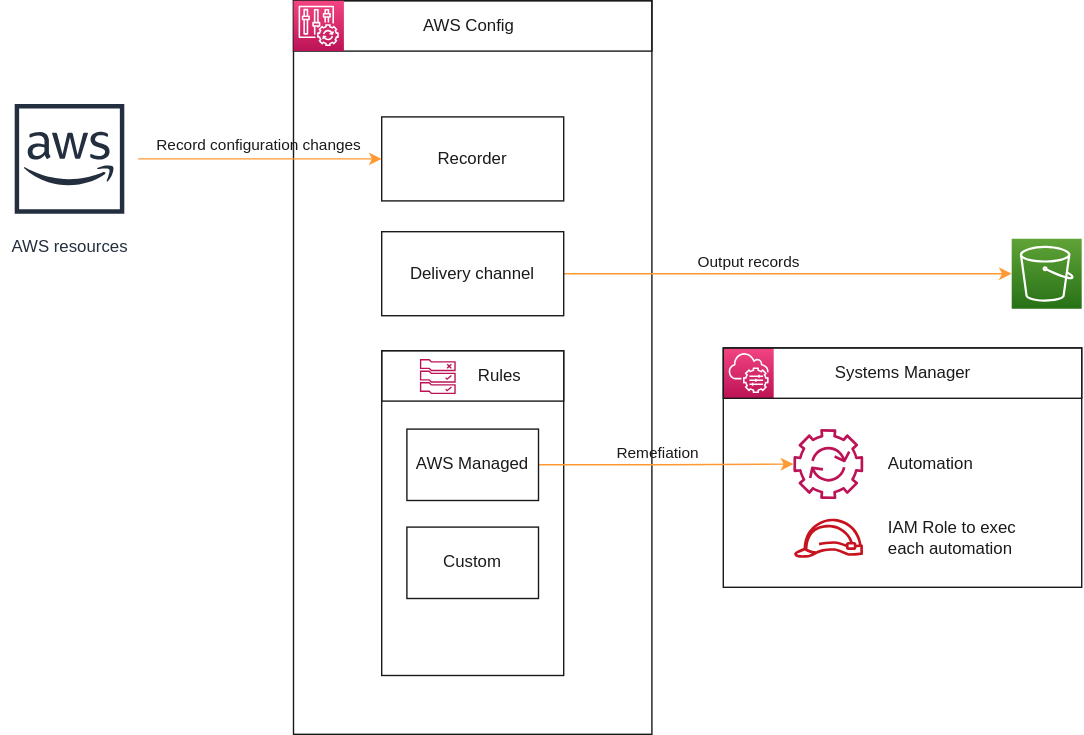
Donngi/terraform-example-aws-config keeps this draw.io diagram as doc/architecture.drawio.svg. Above is the earlier version. Source tidied: cells renumbered, new cells last; positions are measured from the earlier drawing's top-left corner, leaving out a move shared by most shapes.
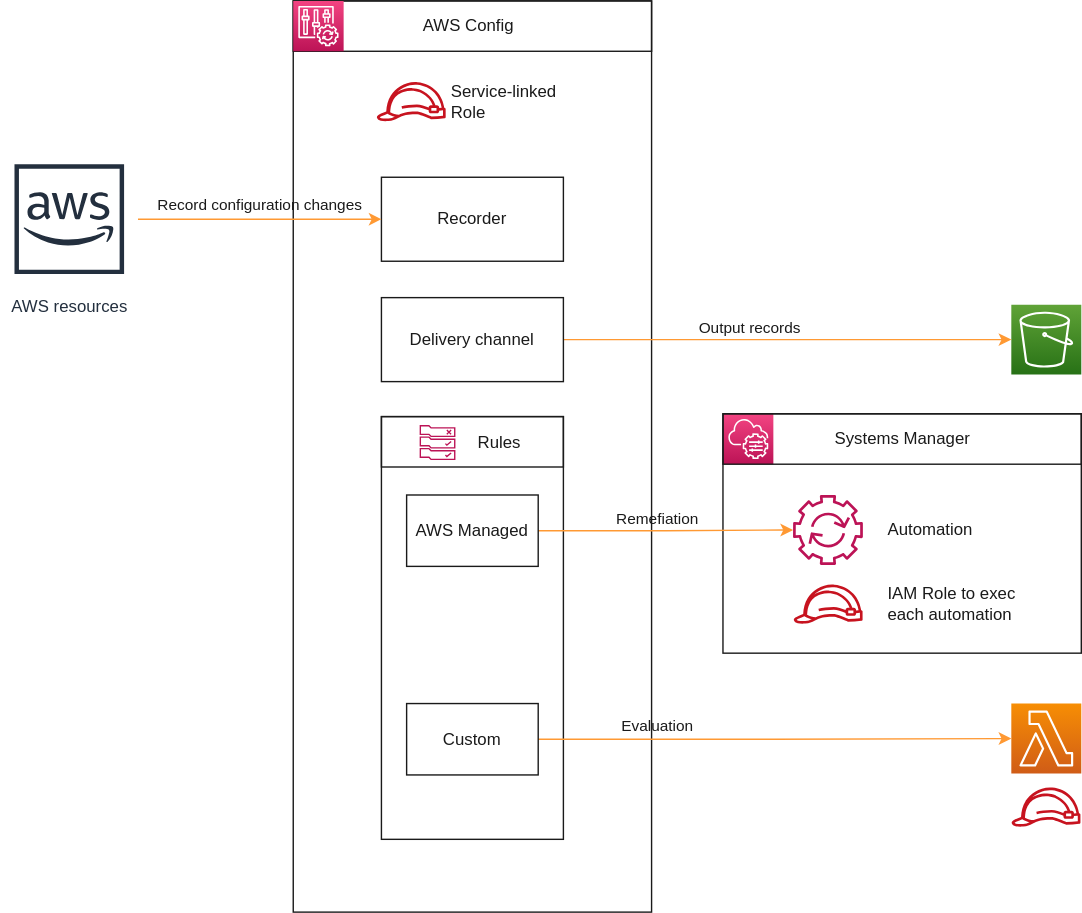
After the commit.

Commit message:
Fix architecture document

Diff of the diagram source:
```diff
@@ -3,19 +3,19 @@
     <mxCell id="0" />
     <mxCell id="1" parent="0" />
     <mxCell id="2" style="rounded=0;whiteSpace=wrap;html=1;fillColor=none;strokeColor=#1A1A1A;" parent="1" vertex="1">
-      <mxGeometry x="209" width="256" height="524" as="geometry" />
+      <mxGeometry x="209" y="-47" width="256" height="651" as="geometry" />
     </mxCell>
     <mxCell id="3" style="rounded=0;whiteSpace=wrap;html=1;fillColor=none;strokeColor=#1A1A1A;" parent="1" vertex="1">
-      <mxGeometry x="209" width="256" height="36" as="geometry" />
+      <mxGeometry x="209" y="-47" width="256" height="36" as="geometry" />
     </mxCell>
     <mxCell id="4" style="rounded=0;whiteSpace=wrap;html=1;fillColor=none;strokeColor=#1A1A1A;" parent="1" vertex="1">
-      <mxGeometry x="272" y="250" width="130" height="232" as="geometry" />
+      <mxGeometry x="272" y="250" width="130" height="302" as="geometry" />
     </mxCell>
     <mxCell id="5" style="rounded=0;whiteSpace=wrap;html=1;fillColor=none;strokeColor=#1A1A1A;" parent="1" vertex="1">
       <mxGeometry x="272" y="250" width="130" height="36" as="geometry" />
     </mxCell>
     <mxCell id="6" style="fontColor=#232F3E;gradientColor=#F34482;gradientDirection=north;fillColor=#BC1356;strokeColor=#ffffff;dashed=0;verticalLabelPosition=bottom;verticalAlign=top;align=center;html=1;fontSize=12;fontStyle=0;shape=mxgraph.aws4.resourceIcon;resIcon=mxgraph.aws4.config;" parent="1" vertex="1">
-      <mxGeometry x="209" width="36" height="36" as="geometry" />
+      <mxGeometry x="209" y="-47" width="36" height="36" as="geometry" />
     </mxCell>
     <mxCell id="7" style="points=[[0,0,0],[0.25,0,0],[0.5,0,0],[0.75,0,0],[1,0,0],[0,1,0],[0.25,1,0],[0.5,1,0],[0.75,1,0],[1,1,0],[0,0.25,0],[0,0.5,0],[0,0.75,0],[1,0.25,0],[1,0.5,0],[1,0.75,0]];outlineConnect=0;fontColor=#232F3E;gradientColor=#60A337;gradientDirection=north;fillColor=#277116;strokeColor=#ffffff;dashed=0;verticalLabelPosition=bottom;verticalAlign=top;align=center;html=1;fontSize=12;fontStyle=0;shape=mxgraph.aws4.resourceIcon;resIcon=mxgraph.aws4.s3;" parent="1" vertex="1">
       <mxGeometry x="722" y="170" width="50" height="50" as="geometry" />
@@ -32,7 +32,7 @@
       <mxGeometry x="272" y="165" width="130" height="60" as="geometry" />
     </mxCell>
     <mxCell id="11" value="&lt;font color=&quot;#1a1a1a&quot;&gt;Recorder&lt;/font&gt;" style="rounded=0;whiteSpace=wrap;html=1;fillColor=none;strokeColor=#1A1A1A;" parent="1" vertex="1">
-      <mxGeometry x="272" y="83" width="130" height="60" as="geometry" />
+      <mxGeometry x="272" y="79" width="130" height="60" as="geometry" />
     </mxCell>
     <mxCell id="12" style="edgeStyle=orthogonalEdgeStyle;rounded=0;jettySize=auto;html=1;strokeColor=#FF9933;" parent="1" edge="1" source="14" target="11">
       <mxGeometry relative="1" as="geometry" />
@@ -43,7 +43,7 @@
       </mxGeometry>
     </mxCell>
     <mxCell id="14" value="AWS resources" style="outlineConnect=0;fontColor=#232F3E;gradientColor=none;strokeColor=#232F3E;fillColor=#ffffff;dashed=0;verticalLabelPosition=bottom;verticalAlign=top;align=center;html=1;fontSize=12;fontStyle=0;shape=mxgraph.aws4.resourceIcon;resIcon=mxgraph.aws4.aws_cloud;" parent="1" vertex="1">
-      <mxGeometry y="64" width="98" height="98" as="geometry" />
+      <mxGeometry y="60" width="98" height="98" as="geometry" />
     </mxCell>
     <mxCell id="15" style="fontColor=#232F3E;gradientColor=none;fillColor=#BC1356;strokeColor=none;dashed=0;verticalLabelPosition=bottom;verticalAlign=top;align=center;html=1;fontSize=12;fontStyle=0;shape=mxgraph.aws4.rule_2;labelBackgroundColor=none;" parent="1" vertex="1">
       <mxGeometry x="299.2" y="256" width="25.7" height="25" as="geometry" />
@@ -55,7 +55,7 @@
       <mxGeometry x="516" y="248" width="36" height="36" as="geometry" />
     </mxCell>
     <mxCell id="18" value="AWS Config" style="text;html=1;align=left;verticalAlign=middle;strokeColor=none;fontColor=#1A1A1A;" parent="1" vertex="1">
-      <mxGeometry x="299.5" y="9" width="75" height="18" as="geometry" />
+      <mxGeometry x="299.5" y="-38" width="75" height="18" as="geometry" />
     </mxCell>
     <mxCell id="19" style="rounded=0;whiteSpace=wrap;html=1;fillColor=none;strokeColor=#1A1A1A;" parent="1" vertex="1">
       <mxGeometry x="516" y="248" width="256" height="171" as="geometry" />
@@ -89,8 +89,28 @@
     <mxCell id="28" value="&lt;font color=&quot;#1a1a1a&quot;&gt;AWS Managed&lt;/font&gt;" style="rounded=0;whiteSpace=wrap;html=1;fillColor=none;strokeColor=#1A1A1A;" parent="1" vertex="1">
       <mxGeometry x="290" y="306" width="94" height="51" as="geometry" />
     </mxCell>
+    <mxCell id="30" style="edgeStyle=orthogonalEdgeStyle;rounded=0;jettySize=auto;html=1;entryX=0;entryY=0.5;entryDx=0;entryDy=0;entryPerimeter=0;strokeColor=#FF9933;" parent="1" edge="1" source="29" target="32">
+      <mxGeometry relative="1" as="geometry" />
+    </mxCell>
+    <mxCell id="31" value="Evaluation" style="edgeLabel;html=1;align=center;verticalAlign=middle;labelBackgroundColor=none;fontColor=#1A1A1A;" parent="30" vertex="1">
+      <mxGeometry x="-0.65" y="1" relative="1" as="geometry">
+        <mxPoint x="25" y="-9" as="offset" />
+      </mxGeometry>
+    </mxCell>
     <mxCell id="29" value="&lt;font color=&quot;#1a1a1a&quot;&gt;Custom&lt;/font&gt;" style="rounded=0;whiteSpace=wrap;html=1;fillColor=none;strokeColor=#1A1A1A;" parent="1" vertex="1">
-      <mxGeometry x="290" y="376" width="94" height="51" as="geometry" />
+      <mxGeometry x="290" y="455" width="94" height="51" as="geometry" />
     </mxCell>
+    <mxCell id="32" style="points=[[0,0,0],[0.25,0,0],[0.5,0,0],[0.75,0,0],[1,0,0],[0,1,0],[0.25,1,0],[0.5,1,0],[0.75,1,0],[1,1,0],[0,0.25,0],[0,0.5,0],[0,0.75,0],[1,0.25,0],[1,0.5,0],[1,0.75,0]];outlineConnect=0;fontColor=#232F3E;gradientColor=#F78E04;gradientDirection=north;fillColor=#D05C17;strokeColor=#ffffff;dashed=0;verticalLabelPosition=bottom;verticalAlign=top;align=center;html=1;fontSize=12;fontStyle=0;shape=mxgraph.aws4.resourceIcon;resIcon=mxgraph.aws4.lambda;" parent="1" vertex="1">
+      <mxGeometry x="722" y="455" width="50" height="50" as="geometry" />
+    </mxCell>
+    <mxCell id="33" style="fontColor=#232F3E;gradientColor=none;fillColor=#C7131F;strokeColor=none;dashed=0;verticalLabelPosition=bottom;verticalAlign=top;align=center;html=1;fontSize=12;fontStyle=0;shape=mxgraph.aws4.role;" parent="1" vertex="1">
+      <mxGeometry x="722" y="515" width="49.6" height="28" as="geometry" />
+    </mxCell>
+    <mxCell id="34" style="fontColor=#232F3E;gradientColor=none;fillColor=#C7131F;strokeColor=none;dashed=0;verticalLabelPosition=bottom;verticalAlign=top;align=center;html=1;fontSize=12;fontStyle=0;shape=mxgraph.aws4.role;" parent="1" vertex="1">
+      <mxGeometry x="268.5" y="11" width="49.6" height="28" as="geometry" />
+    </mxCell>
+    <mxCell id="35" value="Service-linked&lt;br&gt;Role" style="text;html=1;align=left;verticalAlign=middle;strokeColor=none;fontColor=#1A1A1A;" parent="1" vertex="1">
+      <mxGeometry x="320.5" y="9" width="85" height="32" as="geometry" />
+    </mxCell>
   </root>
 </mxGraphModel>
```
